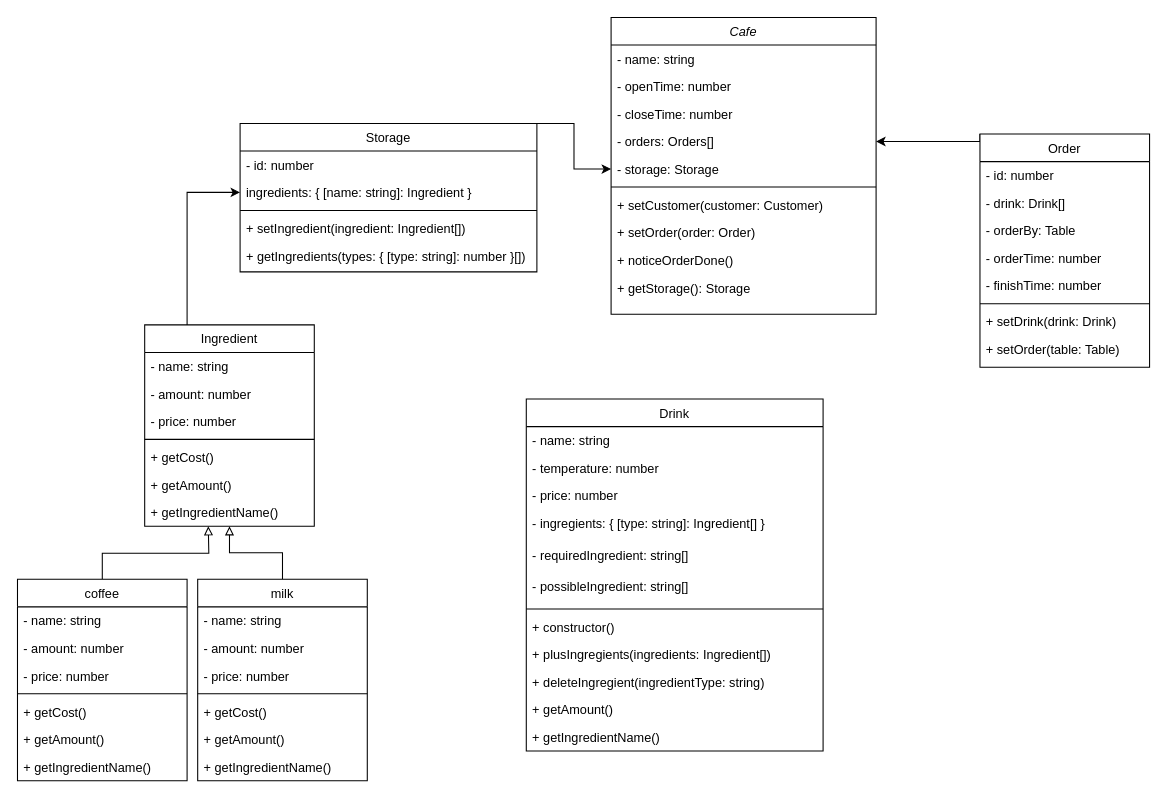
Earlier version of the draw.io diagram Untitled Diagram.drawio (pagers-org/TypeScript-OOP). Source tidied: cells renumbered, new cells numbered last; positions are measured from the earlier drawing's top-left corner, leaving out a move shared by most shapes. Both pictures are drawn from the tidied source at 106%, with x=0, y=0 at pixel (17, 17).
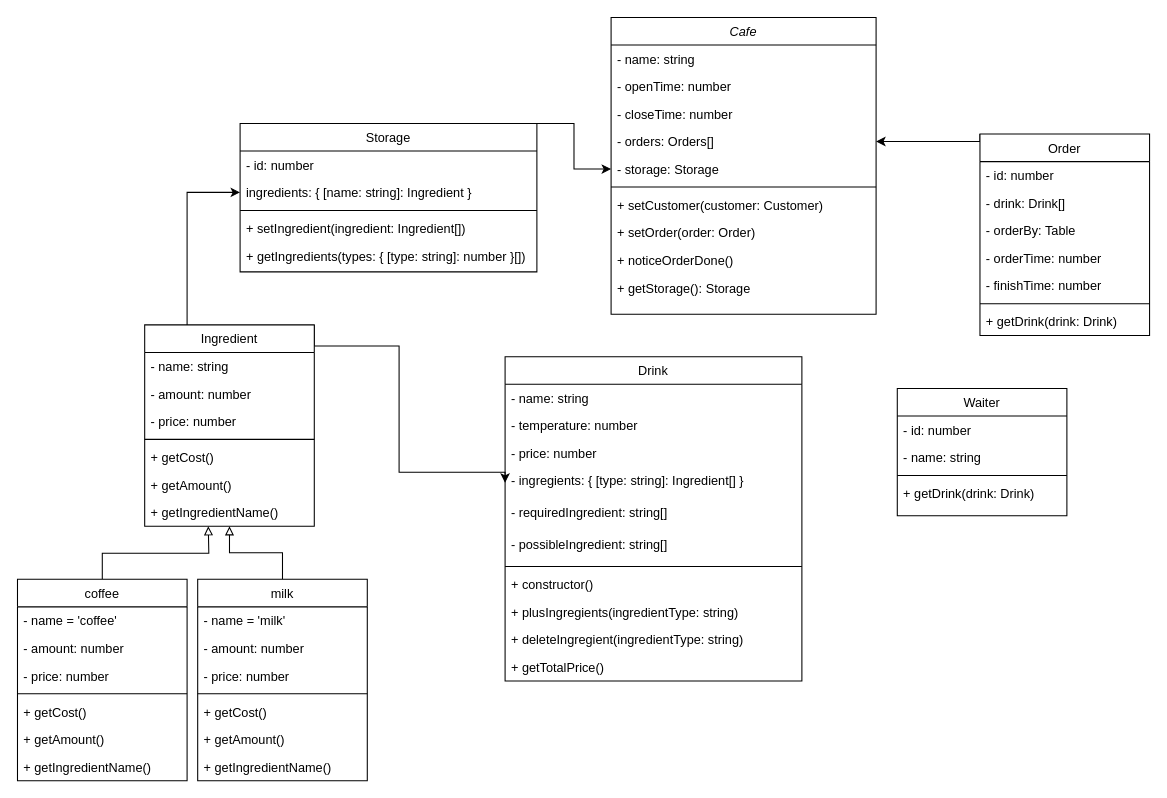
The same diagram, later.

Commit message:
Chore : add Waiter class & Order class

Unchanged cells that the change refers to:
```xml
<mxCell id="24" value="Ingredient" style="swimlane;fontStyle=0;align=center;verticalAlign=top;horizontal=1;startSize=26;rounded=0;shadow=0;strokeWidth=1;" parent="1" vertex="1">
  <mxGeometry x="120" y="290" width="160" height="190" as="geometry" />
</mxCell>
<mxCell id="36" value="- ingregients: { [type: string]: Ingredient[] }" style="text;align=left;verticalAlign=top;spacingLeft=4;spacingRight=4;overflow=hidden;points=[[0,0.5],[1,0.5]];portConstraint=eastwest;rounded=0;shadow=0;html=0;" parent="32" vertex="1">
  <mxGeometry y="104" width="280" height="30" as="geometry" />
</mxCell>
<mxCell id="53" value="coffee" style="swimlane;fontStyle=0;align=center;verticalAlign=top;horizontal=1;startSize=26;rounded=0;shadow=0;strokeWidth=1;" parent="1" vertex="1">
  <mxGeometry y="530" width="160" height="190" as="geometry" />
</mxCell>
<mxCell id="62" value="milk" style="swimlane;fontStyle=0;align=center;verticalAlign=top;horizontal=1;startSize=26;rounded=0;shadow=0;strokeWidth=1;" parent="1" vertex="1">
  <mxGeometry x="170" y="530" width="160" height="190" as="geometry" />
</mxCell>
```

Diff of the diagram source:
```diff
@@
     <mxCell id="14" value="Order" style="swimlane;fontStyle=0;align=center;verticalAlign=top;horizontal=1;startSize=26;rounded=0;shadow=0;strokeWidth=1;" parent="1" vertex="1">
-      <mxGeometry x="908" y="110" width="160" height="220" as="geometry" />
+      <mxGeometry x="908" y="110" width="160" height="190" as="geometry" />
     </mxCell>
@@
-    <mxCell id="21" value="+ setDrink(drink: Drink)" style="text;align=left;verticalAlign=top;spacingLeft=4;spacingRight=4;overflow=hidden;" parent="14" vertex="1">
+    <mxCell id="21" value="+ getDrink(drink: Drink)" style="text;align=left;verticalAlign=top;spacingLeft=4;spacingRight=4;overflow=hidden;" parent="14" vertex="1">
       <mxGeometry y="164" width="160" height="26" as="geometry" />
     </mxCell>
-    <mxCell id="22" value="+ setOrder(table: Table)" style="text;align=left;verticalAlign=top;spacingLeft=4;spacingRight=4;overflow=hidden;" parent="14" vertex="1">
-      <mxGeometry y="190" width="160" height="26" as="geometry" />
-    </mxCell>
@@
+    <mxCell id="70" style="edgeStyle=orthogonalEdgeStyle;rounded=0;jettySize=auto;html=1;exitX=1;exitY=0;exitDx=0;exitDy=0;entryX=0;entryY=0.5;entryDx=0;entryDy=0;endArrow=classic;endFill=1;" parent="1" edge="1" source="24" target="36">
+      <mxGeometry relative="1" as="geometry">
+        <Array as="points">
+          <mxPoint x="280" y="310" />
+          <mxPoint x="360" y="310" />
+          <mxPoint x="360" y="429" />
+        </Array>
+      </mxGeometry>
+    </mxCell>
@@
     <mxCell id="32" value="Drink" style="swimlane;fontStyle=0;align=center;verticalAlign=top;horizontal=1;startSize=26;rounded=0;shadow=0;strokeWidth=1;" parent="1" vertex="1">
-      <mxGeometry x="480" y="360" width="280" height="332" as="geometry" />
+      <mxGeometry x="460" y="320" width="280" height="306" as="geometry" />
     </mxCell>
@@
-    <mxCell id="41" value="+ plusIngregients(ingredients: Ingredient[])" style="text;align=left;verticalAlign=top;spacingLeft=4;spacingRight=4;overflow=hidden;" parent="32" vertex="1">
+    <mxCell id="41" value="+ plusIngregients(ingredientType: string)" style="text;align=left;verticalAlign=top;spacingLeft=4;spacingRight=4;overflow=hidden;" parent="32" vertex="1">
       <mxGeometry y="228" width="280" height="26" as="geometry" />
     </mxCell>
@@
-    <mxCell id="43" value="+ getAmount()" style="text;align=left;verticalAlign=top;spacingLeft=4;spacingRight=4;overflow=hidden;" parent="32" vertex="1">
+    <mxCell id="43" value="+ getTotalPrice()" style="text;align=left;verticalAlign=top;spacingLeft=4;spacingRight=4;overflow=hidden;" parent="32" vertex="1">
       <mxGeometry y="280" width="280" height="26" as="geometry" />
     </mxCell>
-    <mxCell id="44" value="+ getIngredientName()" style="text;align=left;verticalAlign=top;spacingLeft=4;spacingRight=4;overflow=hidden;" parent="32" vertex="1">
-      <mxGeometry y="306" width="280" height="26" as="geometry" />
-    </mxCell>
@@
-    <mxCell id="54" value="- name: string" style="text;align=left;verticalAlign=top;spacingLeft=4;spacingRight=4;overflow=hidden;" parent="53" vertex="1">
+    <mxCell id="54" value="- name = 'coffee'" style="text;align=left;verticalAlign=top;spacingLeft=4;spacingRight=4;overflow=hidden;" parent="53" vertex="1">
       <mxGeometry y="26" width="160" height="26" as="geometry" />
     </mxCell>
@@
-    <mxCell id="63" value="- name: string" style="text;align=left;verticalAlign=top;spacingLeft=4;spacingRight=4;overflow=hidden;" parent="62" vertex="1">
+    <mxCell id="63" value="- name = 'milk'" style="text;align=left;verticalAlign=top;spacingLeft=4;spacingRight=4;overflow=hidden;" parent="62" vertex="1">
       <mxGeometry y="26" width="160" height="26" as="geometry" />
     </mxCell>
@@
+    <mxCell id="71" value="Waiter" style="swimlane;fontStyle=0;align=center;verticalAlign=top;horizontal=1;startSize=26;rounded=0;shadow=0;strokeWidth=1;" parent="1" vertex="1">
+      <mxGeometry x="830" y="350" width="160" height="120" as="geometry" />
+    </mxCell>
+    <mxCell id="72" value="- id: number" style="text;align=left;verticalAlign=top;spacingLeft=4;spacingRight=4;overflow=hidden;" parent="71" vertex="1">
+      <mxGeometry y="26" width="160" height="26" as="geometry" />
+    </mxCell>
+    <mxCell id="73" value="- name: string" style="text;align=left;verticalAlign=top;spacingLeft=4;spacingRight=4;overflow=hidden;rounded=0;shadow=0;html=0;" parent="71" vertex="1">
+      <mxGeometry y="52" width="160" height="26" as="geometry" />
+    </mxCell>
+    <mxCell id="74" style="line;html=1;strokeWidth=1;align=left;verticalAlign=middle;spacingTop=-1;spacingLeft=3;spacingRight=3;labelPosition=right;" parent="71" vertex="1">
+      <mxGeometry y="78" width="160" height="8" as="geometry" />
+    </mxCell>
+    <mxCell id="75" value="+ getDrink(drink: Drink)" style="text;align=left;verticalAlign=top;spacingLeft=4;spacingRight=4;overflow=hidden;" parent="71" vertex="1">
+      <mxGeometry y="86" width="160" height="26" as="geometry" />
+    </mxCell>
```
